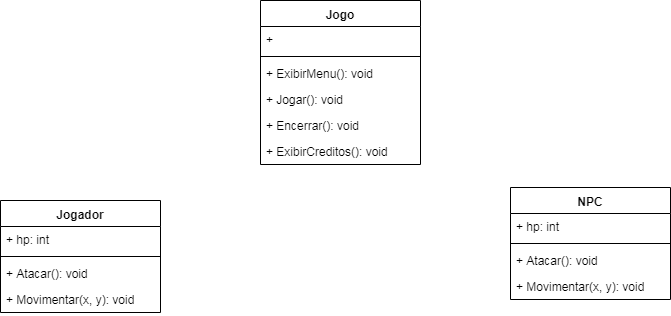
This is Documentação/Diagrama de classe.png from Thifany-Nicastro/Sky-Ashes, a draw.io export, as it was before one commit. Source tidied: cells renumbered, new cells last; positions are measured from the earlier drawing's top-left corner, leaving out a move shared by most shapes. Source of this version:
```xml
<mxGraphModel>
  <root>
    <mxCell id="0" />
    <mxCell id="1" parent="0" />
    <mxCell id="2" value="Jogador" style="swimlane;fontStyle=1;align=center;verticalAlign=top;horizontal=1;startSize=26;" parent="1" vertex="1">
      <mxGeometry y="200" width="160" height="112" as="geometry" />
    </mxCell>
    <mxCell id="3" value="+ hp: int" style="text;strokeColor=none;fillColor=none;align=left;verticalAlign=top;spacingLeft=4;spacingRight=4;overflow=hidden;" parent="2" vertex="1">
      <mxGeometry y="26" width="160" height="26" as="geometry" />
    </mxCell>
    <mxCell id="4" style="line;strokeWidth=1;fillColor=none;align=left;verticalAlign=middle;spacingTop=-1;spacingLeft=3;spacingRight=3;labelPosition=right;" parent="2" vertex="1">
      <mxGeometry y="52" width="160" height="8" as="geometry" />
    </mxCell>
    <mxCell id="5" value="+ Atacar(): void&#10;" style="text;strokeColor=none;fillColor=none;align=left;verticalAlign=top;spacingLeft=4;spacingRight=4;overflow=hidden;" parent="2" vertex="1">
      <mxGeometry y="60" width="160" height="26" as="geometry" />
    </mxCell>
    <mxCell id="6" value="+ Movimentar(x, y): void&#10;" style="text;strokeColor=none;fillColor=none;align=left;verticalAlign=top;spacingLeft=4;spacingRight=4;overflow=hidden;" parent="2" vertex="1">
      <mxGeometry y="86" width="160" height="26" as="geometry" />
    </mxCell>
    <mxCell id="7" value="NPC" style="swimlane;fontStyle=1;align=center;verticalAlign=top;horizontal=1;startSize=26;" parent="1" vertex="1">
      <mxGeometry x="510" y="187" width="160" height="112" as="geometry" />
    </mxCell>
    <mxCell id="8" value="+ hp: int" style="text;strokeColor=none;fillColor=none;align=left;verticalAlign=top;spacingLeft=4;spacingRight=4;overflow=hidden;" parent="7" vertex="1">
      <mxGeometry y="26" width="160" height="26" as="geometry" />
    </mxCell>
    <mxCell id="9" style="line;strokeWidth=1;fillColor=none;align=left;verticalAlign=middle;spacingTop=-1;spacingLeft=3;spacingRight=3;labelPosition=right;" parent="7" vertex="1">
      <mxGeometry y="52" width="160" height="8" as="geometry" />
    </mxCell>
    <mxCell id="10" value="+ Atacar(): void&#10;" style="text;strokeColor=none;fillColor=none;align=left;verticalAlign=top;spacingLeft=4;spacingRight=4;overflow=hidden;" parent="7" vertex="1">
      <mxGeometry y="60" width="160" height="26" as="geometry" />
    </mxCell>
    <mxCell id="11" value="+ Movimentar(x, y): void&#10;" style="text;strokeColor=none;fillColor=none;align=left;verticalAlign=top;spacingLeft=4;spacingRight=4;overflow=hidden;" parent="7" vertex="1">
      <mxGeometry y="86" width="160" height="26" as="geometry" />
    </mxCell>
    <mxCell id="12" value="Jogo" style="swimlane;fontStyle=1;align=center;verticalAlign=top;horizontal=1;startSize=26;" parent="1" vertex="1">
      <mxGeometry x="260" width="160" height="164" as="geometry" />
    </mxCell>
    <mxCell id="13" value="+ " style="text;strokeColor=none;fillColor=none;align=left;verticalAlign=top;spacingLeft=4;spacingRight=4;overflow=hidden;" parent="12" vertex="1">
      <mxGeometry y="26" width="160" height="26" as="geometry" />
    </mxCell>
    <mxCell id="14" style="line;strokeWidth=1;fillColor=none;align=left;verticalAlign=middle;spacingTop=-1;spacingLeft=3;spacingRight=3;labelPosition=right;" parent="12" vertex="1">
      <mxGeometry y="52" width="160" height="8" as="geometry" />
    </mxCell>
    <mxCell id="15" value="+ ExibirMenu(): void&#10;" style="text;strokeColor=none;fillColor=none;align=left;verticalAlign=top;spacingLeft=4;spacingRight=4;overflow=hidden;" parent="12" vertex="1">
      <mxGeometry y="60" width="160" height="26" as="geometry" />
    </mxCell>
    <mxCell id="16" value="+ Jogar(): void&#10;" style="text;strokeColor=none;fillColor=none;align=left;verticalAlign=top;spacingLeft=4;spacingRight=4;overflow=hidden;points=[[0,0.5],[1,0.5]];portConstraint=eastwest;" parent="12" vertex="1">
      <mxGeometry y="86" width="160" height="26" as="geometry" />
    </mxCell>
    <mxCell id="17" value="+ Encerrar(): void&#10;" style="text;strokeColor=none;fillColor=none;align=left;verticalAlign=top;spacingLeft=4;spacingRight=4;overflow=hidden;" parent="12" vertex="1">
      <mxGeometry y="112" width="160" height="26" as="geometry" />
    </mxCell>
    <mxCell id="18" value="+ ExibirCreditos(): void&#10;" style="text;strokeColor=none;fillColor=none;align=left;verticalAlign=top;spacingLeft=4;spacingRight=4;overflow=hidden;" parent="12" vertex="1">
      <mxGeometry y="138" width="160" height="26" as="geometry" />
    </mxCell>
  </root>
</mxGraphModel>
```
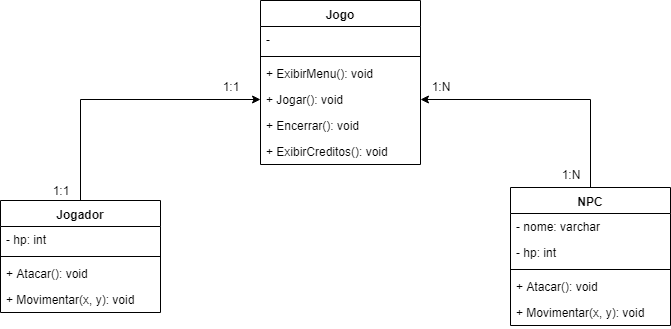
The same file after the commit.

Diff of the diagram source:
```diff
@@ -2,10 +2,13 @@
   <root>
     <mxCell id="0" />
     <mxCell id="1" parent="0" />
+    <mxCell id="19" style="edgeStyle=orthogonalEdgeStyle;rounded=0;jettySize=auto;html=1;entryX=0;entryY=0.5;entryDx=0;entryDy=0;" parent="1" edge="1" source="2" target="16">
+      <mxGeometry relative="1" as="geometry" />
+    </mxCell>
     <mxCell id="2" value="Jogador" style="swimlane;fontStyle=1;align=center;verticalAlign=top;horizontal=1;startSize=26;" parent="1" vertex="1">
       <mxGeometry y="200" width="160" height="112" as="geometry" />
     </mxCell>
-    <mxCell id="3" value="+ hp: int" style="text;strokeColor=none;fillColor=none;align=left;verticalAlign=top;spacingLeft=4;spacingRight=4;overflow=hidden;" parent="2" vertex="1">
+    <mxCell id="3" value="- hp: int" style="text;strokeColor=none;fillColor=none;align=left;verticalAlign=top;spacingLeft=4;spacingRight=4;overflow=hidden;" parent="2" vertex="1">
       <mxGeometry y="26" width="160" height="26" as="geometry" />
     </mxCell>
     <mxCell id="4" style="line;strokeWidth=1;fillColor=none;align=left;verticalAlign=middle;spacingTop=-1;spacingLeft=3;spacingRight=3;labelPosition=right;" parent="2" vertex="1">
@@ -17,25 +20,31 @@
     <mxCell id="6" value="+ Movimentar(x, y): void&#10;" style="text;strokeColor=none;fillColor=none;align=left;verticalAlign=top;spacingLeft=4;spacingRight=4;overflow=hidden;" parent="2" vertex="1">
       <mxGeometry y="86" width="160" height="26" as="geometry" />
     </mxCell>
+    <mxCell id="20" style="edgeStyle=orthogonalEdgeStyle;rounded=0;jettySize=auto;html=1;exitX=0.5;exitY=0;exitDx=0;exitDy=0;entryX=1;entryY=0.5;entryDx=0;entryDy=0;" parent="1" edge="1" source="7" target="16">
+      <mxGeometry relative="1" as="geometry" />
+    </mxCell>
     <mxCell id="7" value="NPC" style="swimlane;fontStyle=1;align=center;verticalAlign=top;horizontal=1;startSize=26;" parent="1" vertex="1">
-      <mxGeometry x="510" y="187" width="160" height="112" as="geometry" />
+      <mxGeometry x="510" y="187" width="160" height="138" as="geometry" />
     </mxCell>
-    <mxCell id="8" value="+ hp: int" style="text;strokeColor=none;fillColor=none;align=left;verticalAlign=top;spacingLeft=4;spacingRight=4;overflow=hidden;" parent="7" vertex="1">
+    <mxCell id="8" value="- nome: varchar" style="text;strokeColor=none;fillColor=none;align=left;verticalAlign=top;spacingLeft=4;spacingRight=4;overflow=hidden;" parent="7" vertex="1">
       <mxGeometry y="26" width="160" height="26" as="geometry" />
     </mxCell>
+    <mxCell id="21" value="- hp: int&#10;" style="text;strokeColor=none;fillColor=none;align=left;verticalAlign=top;spacingLeft=4;spacingRight=4;overflow=hidden;" parent="7" vertex="1">
+      <mxGeometry y="52" width="160" height="26" as="geometry" />
+    </mxCell>
     <mxCell id="9" style="line;strokeWidth=1;fillColor=none;align=left;verticalAlign=middle;spacingTop=-1;spacingLeft=3;spacingRight=3;labelPosition=right;" parent="7" vertex="1">
-      <mxGeometry y="52" width="160" height="8" as="geometry" />
+      <mxGeometry y="78" width="160" height="8" as="geometry" />
     </mxCell>
     <mxCell id="10" value="+ Atacar(): void&#10;" style="text;strokeColor=none;fillColor=none;align=left;verticalAlign=top;spacingLeft=4;spacingRight=4;overflow=hidden;" parent="7" vertex="1">
-      <mxGeometry y="60" width="160" height="26" as="geometry" />
+      <mxGeometry y="86" width="160" height="26" as="geometry" />
     </mxCell>
     <mxCell id="11" value="+ Movimentar(x, y): void&#10;" style="text;strokeColor=none;fillColor=none;align=left;verticalAlign=top;spacingLeft=4;spacingRight=4;overflow=hidden;" parent="7" vertex="1">
-      <mxGeometry y="86" width="160" height="26" as="geometry" />
+      <mxGeometry y="112" width="160" height="26" as="geometry" />
     </mxCell>
     <mxCell id="12" value="Jogo" style="swimlane;fontStyle=1;align=center;verticalAlign=top;horizontal=1;startSize=26;" parent="1" vertex="1">
       <mxGeometry x="260" width="160" height="164" as="geometry" />
     </mxCell>
-    <mxCell id="13" value="+ " style="text;strokeColor=none;fillColor=none;align=left;verticalAlign=top;spacingLeft=4;spacingRight=4;overflow=hidden;" parent="12" vertex="1">
+    <mxCell id="13" value="-" style="text;strokeColor=none;fillColor=none;align=left;verticalAlign=top;spacingLeft=4;spacingRight=4;overflow=hidden;" parent="12" vertex="1">
       <mxGeometry y="26" width="160" height="26" as="geometry" />
     </mxCell>
     <mxCell id="14" style="line;strokeWidth=1;fillColor=none;align=left;verticalAlign=middle;spacingTop=-1;spacingLeft=3;spacingRight=3;labelPosition=right;" parent="12" vertex="1">
@@ -53,5 +62,17 @@
     <mxCell id="18" value="+ ExibirCreditos(): void&#10;" style="text;strokeColor=none;fillColor=none;align=left;verticalAlign=top;spacingLeft=4;spacingRight=4;overflow=hidden;" parent="12" vertex="1">
       <mxGeometry y="138" width="160" height="26" as="geometry" />
     </mxCell>
+    <mxCell id="22" value="1:N" style="text;html=1;strokeColor=none;fillColor=none;align=center;verticalAlign=middle;whiteSpace=wrap;rounded=0;" parent="1" vertex="1">
+      <mxGeometry x="420" y="76" width="40" height="20" as="geometry" />
+    </mxCell>
+    <mxCell id="23" value="1:N" style="text;html=1;strokeColor=none;fillColor=none;align=center;verticalAlign=middle;whiteSpace=wrap;rounded=0;" parent="1" vertex="1">
+      <mxGeometry x="550" y="164" width="40" height="20" as="geometry" />
+    </mxCell>
+    <mxCell id="24" value="1:1" style="text;html=1;strokeColor=none;fillColor=none;align=center;verticalAlign=middle;whiteSpace=wrap;rounded=0;" parent="1" vertex="1">
+      <mxGeometry x="40" y="180" width="40" height="20" as="geometry" />
+    </mxCell>
+    <mxCell id="25" value="1:1" style="text;html=1;strokeColor=none;fillColor=none;align=center;verticalAlign=middle;whiteSpace=wrap;rounded=0;" parent="1" vertex="1">
+      <mxGeometry x="210" y="76" width="40" height="20" as="geometry" />
+    </mxCell>
   </root>
 </mxGraphModel>
```
